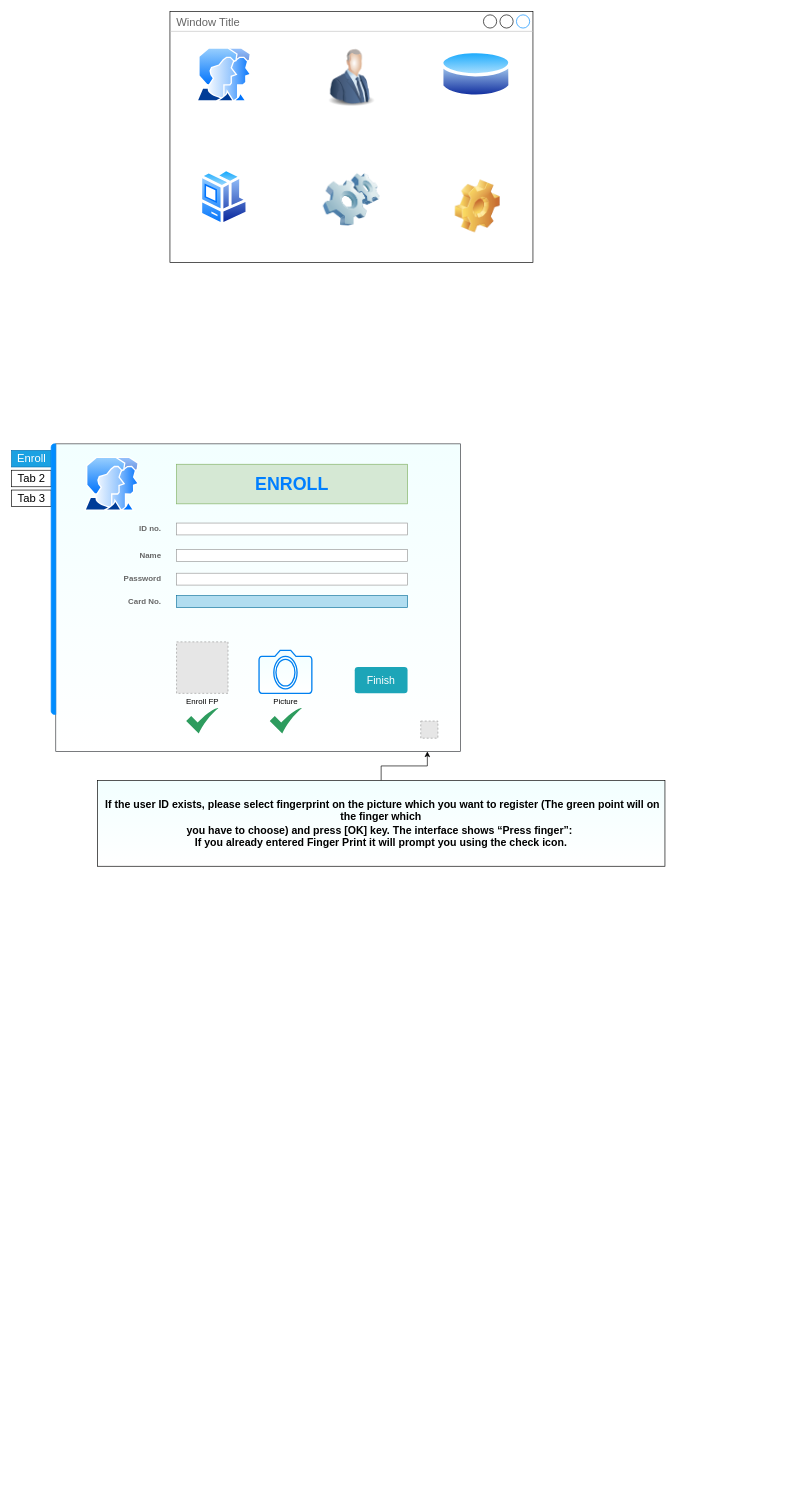
Above: Untitled Diagram.drawio in Adam-22-26/project-again (draw.io), before the change. Source tidied: cells renumbered, new cells numbered last; positions are measured from the earlier drawing's top-left corner, leaving out a move shared by most shapes. Both pictures are drawn from the tidied source at 66%, with x=0, y=0 at pixel (11, 11). Pictures stored in the file or linked from it are replaced by grey dashed boxes.
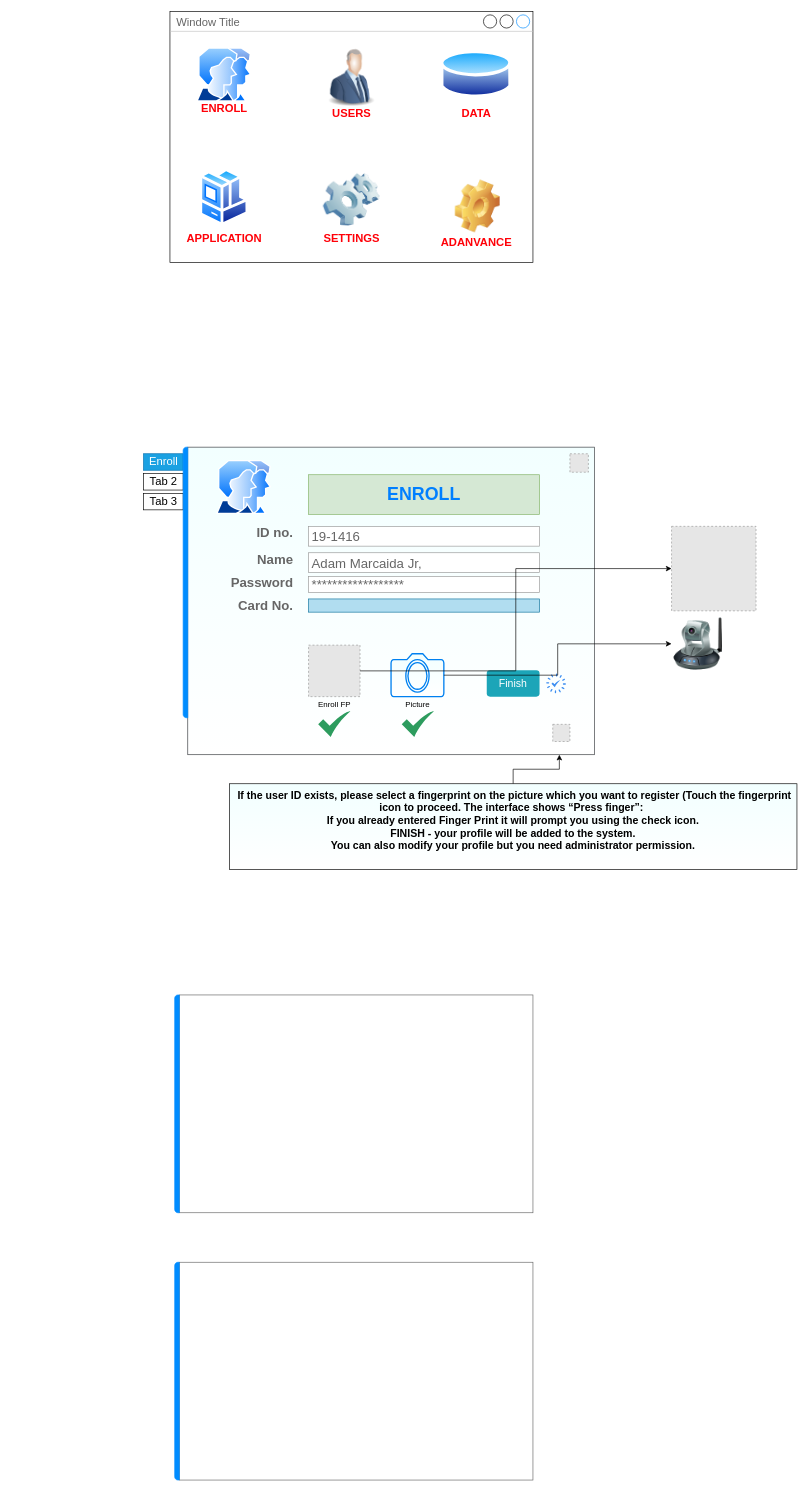
Above is the later version.

The change refers to these unchanged cells:
```xml
<mxCell id="24" style="fillColor=#E6E6E6;strokeColor=#999999;dashed=1;html=1;verticalAlign=top;verticalLabelPosition=bottom;labelBackgroundColor=#ffffff;" parent="9" vertex="1">
  <mxGeometry x="250" y="300" width="78" height="78" as="geometry" />
</mxCell>
<mxCell id="25" style="html=1;verticalLabelPosition=bottom;align=center;labelBackgroundColor=#ffffff;verticalAlign=top;strokeWidth=2;strokeColor=#0080F0;shadow=0;dashed=0;shape=mxgraph.ios7.icons.camera;fillColor=#F2FFFF;gradientColor=#ffffff;" parent="9" vertex="1">
  <mxGeometry x="375" y="313" width="80" height="65" as="geometry" />
</mxCell>
```

What changed in the source:
```diff
@@
     <mxCell id="9" style="strokeWidth=1;shadow=0;dashed=0;align=center;html=1;shape=mxgraph.mockup.containers.marginRect2;rectMarginLeft=67;strokeColor=#36393d;gradientColor=#ffffff;fillColor=#F2FFFF;" parent="1" vertex="1">
-      <mxGeometry y="655" width="680" height="466" as="geometry" />
+      <mxGeometry x="200" y="660" width="683" height="466" as="geometry" />
     </mxCell>
@@
-    <mxCell id="15" value="&lt;b&gt;ID no.&lt;/b&gt;" style="strokeWidth=1;shadow=0;dashed=0;align=center;html=1;shape=mxgraph.mockup.forms.anchor;align=right;spacingRight=2;fontColor=#666666;" parent="9" vertex="1">
+    <mxCell id="15" value="&lt;b&gt;&lt;font style=&quot;font-size: 20px&quot;&gt;ID no.&lt;/font&gt;&lt;/b&gt;" style="strokeWidth=1;shadow=0;dashed=0;align=center;html=1;shape=mxgraph.mockup.forms.anchor;align=right;spacingRight=2;fontColor=#666666;" parent="9" vertex="1">
       <mxGeometry x="180" y="120" width="50" height="18" as="geometry" />
     </mxCell>
-    <mxCell id="16" style="strokeWidth=1;shadow=0;dashed=0;align=center;html=1;shape=mxgraph.mockup.forms.rrect;fillColor=#ffffff;rSize=0;fontColor=#666666;align=left;spacingLeft=3;strokeColor=#999999;" parent="9" vertex="1">
-      <mxGeometry x="250" y="120" width="350" height="18" as="geometry" />
+    <mxCell id="16" value="&lt;font style=&quot;font-size: 20px&quot;&gt;19-1416&lt;/font&gt;" style="strokeWidth=1;shadow=0;dashed=0;align=center;html=1;shape=mxgraph.mockup.forms.rrect;fillColor=#ffffff;rSize=0;fontColor=#666666;align=left;spacingLeft=3;strokeColor=#999999;" parent="9" vertex="1">
+      <mxGeometry x="250" y="120" width="350" height="30" as="geometry" />
     </mxCell>
-    <mxCell id="17" value="&lt;b&gt;Name&lt;/b&gt;" style="strokeWidth=1;shadow=0;dashed=0;align=center;html=1;shape=mxgraph.mockup.forms.anchor;align=right;spacingRight=2;fontColor=#666666;" parent="9" vertex="1">
+    <mxCell id="17" value="&lt;b&gt;&lt;font style=&quot;font-size: 20px&quot;&gt;Name&lt;/font&gt;&lt;/b&gt;" style="strokeWidth=1;shadow=0;dashed=0;align=center;html=1;shape=mxgraph.mockup.forms.anchor;align=right;spacingRight=2;fontColor=#666666;" parent="9" vertex="1">
       <mxGeometry x="180" y="160" width="50" height="18" as="geometry" />
     </mxCell>
-    <mxCell id="18" style="strokeWidth=1;shadow=0;dashed=0;align=center;html=1;shape=mxgraph.mockup.forms.rrect;fillColor=#ffffff;rSize=0;fontColor=#666666;align=left;spacingLeft=3;strokeColor=#999999;" parent="9" vertex="1">
-      <mxGeometry x="250" y="160" width="350" height="18" as="geometry" />
+    <mxCell id="18" value="&lt;font style=&quot;font-size: 20px&quot;&gt;Adam Marcaida Jr,&lt;/font&gt;" style="strokeWidth=1;shadow=0;dashed=0;align=center;html=1;shape=mxgraph.mockup.forms.rrect;fillColor=#ffffff;rSize=0;fontColor=#666666;align=left;spacingLeft=3;strokeColor=#999999;" parent="9" vertex="1">
+      <mxGeometry x="250" y="160" width="350" height="30" as="geometry" />
     </mxCell>
-    <mxCell id="19" value="&lt;b&gt;Password&lt;/b&gt;" style="strokeWidth=1;shadow=0;dashed=0;align=center;html=1;shape=mxgraph.mockup.forms.anchor;align=right;spacingRight=2;fontColor=#666666;" parent="9" vertex="1">
+    <mxCell id="19" value="&lt;b&gt;&lt;font style=&quot;font-size: 20px&quot;&gt;Password&lt;/font&gt;&lt;/b&gt;" style="strokeWidth=1;shadow=0;dashed=0;align=center;html=1;shape=mxgraph.mockup.forms.anchor;align=right;spacingRight=2;fontColor=#666666;" parent="9" vertex="1">
       <mxGeometry x="180" y="196" width="50" height="18" as="geometry" />
     </mxCell>
-    <mxCell id="20" style="strokeWidth=1;shadow=0;dashed=0;align=center;html=1;shape=mxgraph.mockup.forms.rrect;fillColor=#ffffff;rSize=0;fontColor=#666666;align=left;spacingLeft=3;strokeColor=#999999;" parent="9" vertex="1">
-      <mxGeometry x="250" y="196" width="350" height="18" as="geometry" />
+    <mxCell id="20" value="&lt;font style=&quot;font-size: 20px&quot;&gt;******************&lt;/font&gt;" style="strokeWidth=1;shadow=0;dashed=0;align=center;html=1;shape=mxgraph.mockup.forms.rrect;fillColor=#ffffff;rSize=0;fontColor=#666666;align=left;spacingLeft=3;strokeColor=#999999;" parent="9" vertex="1">
+      <mxGeometry x="250" y="196" width="350" height="24" as="geometry" />
     </mxCell>
-    <mxCell id="21" value="&lt;b&gt;Card No.&lt;/b&gt;" style="strokeWidth=1;shadow=0;dashed=0;align=center;html=1;shape=mxgraph.mockup.forms.anchor;align=right;spacingRight=2;fontColor=#666666;" parent="9" vertex="1">
+    <mxCell id="21" value="&lt;b&gt;&lt;font style=&quot;font-size: 20px&quot;&gt;Card No.&lt;/font&gt;&lt;/b&gt;" style="strokeWidth=1;shadow=0;dashed=0;align=center;html=1;shape=mxgraph.mockup.forms.anchor;align=right;spacingRight=2;fontColor=#666666;" parent="9" vertex="1">
       <mxGeometry x="180" y="230" width="50" height="18" as="geometry" />
     </mxCell>
     <mxCell id="22" style="strokeWidth=1;shadow=0;dashed=0;align=center;html=1;shape=mxgraph.mockup.forms.rrect;fillColor=#b1ddf0;rSize=0;align=left;spacingLeft=3;strokeColor=#10739e;" parent="9" vertex="1">
-      <mxGeometry x="250" y="230" width="350" height="18" as="geometry" />
+      <mxGeometry x="250" y="230" width="350" height="20" as="geometry" />
     </mxCell>
@@
     <mxCell id="31" value="&lt;font style=&quot;font-size: 27px&quot; color=&quot;#007fff&quot;&gt;&lt;b&gt;ENROLL&lt;/b&gt;&lt;/font&gt;" style="rounded=0;whiteSpace=wrap;html=1;fillColor=#d5e8d4;strokeColor=#82b366;" parent="9" vertex="1">
-      <mxGeometry x="250" y="30.9" width="350" height="60" as="geometry" />
+      <mxGeometry x="250" y="41.8" width="350" height="60" as="geometry" />
     </mxCell>
+    <mxCell id="34" style="html=1;strokeColor=none;shadow=0;align=center;verticalAlign=top;fillColor=#3B8DF1;shape=mxgraph.gcp2.loading;" parent="9" vertex="1">
+      <mxGeometry x="610" y="343" width="30" height="30" as="geometry" />
+    </mxCell>
+    <mxCell id="35" style="fillColor=#E6E6E6;strokeColor=#999999;dashed=1;html=1;verticalAlign=top;verticalLabelPosition=bottom;labelBackgroundColor=#ffffff;" parent="9" vertex="1">
+      <mxGeometry x="646" y="10" width="28" height="28" as="geometry" />
+    </mxCell>
     <mxCell id="32" style="edgeStyle=orthogonalEdgeStyle;rounded=0;jettySize=auto;html=1;" parent="1" edge="1" source="33" target="9">
       <mxGeometry relative="1" as="geometry">
         <Array as="points">
-          <mxPoint x="560" y="1143" />
-          <mxPoint x="630" y="1143" />
+          <mxPoint x="760" y="1148" />
+          <mxPoint x="830" y="1148" />
         </Array>
       </mxGeometry>
     </mxCell>
-    <mxCell id="33" value="&lt;font style=&quot;font-size: 16px&quot;&gt;&lt;b&gt;&amp;nbsp;If the user ID exists, please select fingerprint on the picture which you want to register (The green point will on the finger which&lt;br&gt;you have to choose) and press [OK] key. The interface shows “Press finger”:&amp;nbsp;&lt;br&gt;If you already entered Finger Print it will prompt you using the check icon.&lt;br&gt;&lt;/b&gt;&lt;/font&gt;" style="rounded=0;whiteSpace=wrap;html=1;fillColor=#F2FFFF;gradientColor=#ffffff;" parent="1" vertex="1">
-      <mxGeometry x="130" y="1165" width="860" height="130" as="geometry" />
+    <mxCell id="33" value="&lt;font style=&quot;font-size: 16px&quot;&gt;&lt;b&gt;&amp;nbsp;If the user ID exists, please select a fingerprint on the picture which you want to register (Touch the fingerprint icon to proceed.&amp;nbsp;The interface shows “Press finger”:&amp;nbsp;&lt;br&gt;If you already entered Finger Print it will prompt you using the check icon.&lt;br&gt;FINISH - your profile will be added to the system.&lt;br&gt;You can also modify your profile but you need administrator permission.&lt;br&gt;&lt;br&gt;&lt;/b&gt;&lt;/font&gt;" style="rounded=0;whiteSpace=wrap;html=1;fillColor=#F2FFFF;gradientColor=#ffffff;" parent="1" vertex="1">
+      <mxGeometry x="330" y="1170" width="860" height="130" as="geometry" />
     </mxCell>
+    <mxCell id="36" value="&lt;span style=&quot;font-size: 17px&quot;&gt;&lt;b&gt;&lt;font color=&quot;#ff0008&quot;&gt;DATA&lt;/font&gt;&lt;/b&gt;&lt;/span&gt;" style="text;html=1;align=center;verticalAlign=middle;fillColor=none;strokeColor=none;rounded=0;" parent="1" vertex="1">
+      <mxGeometry x="674" y="145" width="60" height="20" as="geometry" />
+    </mxCell>
+    <mxCell id="37" value="&lt;span style=&quot;font-size: 17px&quot;&gt;&lt;b&gt;&lt;font color=&quot;#ff0008&quot;&gt;ENROLL&lt;/font&gt;&lt;/b&gt;&lt;/span&gt;" style="text;html=1;align=center;verticalAlign=middle;fillColor=none;strokeColor=none;rounded=0;" parent="1" vertex="1">
+      <mxGeometry x="277.2" y="136.8" width="90" height="20" as="geometry" />
+    </mxCell>
+    <mxCell id="38" value="&lt;span style=&quot;font-size: 17px&quot;&gt;&lt;b&gt;&lt;font color=&quot;#ff0008&quot;&gt;USERS&lt;/font&gt;&lt;/b&gt;&lt;/span&gt;" style="text;html=1;align=center;verticalAlign=middle;fillColor=none;strokeColor=none;rounded=0;" parent="1" vertex="1">
+      <mxGeometry x="480" y="145" width="70" height="20" as="geometry" />
+    </mxCell>
+    <mxCell id="39" value="&lt;span style=&quot;font-size: 17px&quot;&gt;&lt;b&gt;&lt;font color=&quot;#ff0008&quot;&gt;APPLICATION&lt;/font&gt;&lt;/b&gt;&lt;/span&gt;" style="text;html=1;align=center;verticalAlign=middle;fillColor=none;strokeColor=none;rounded=0;" parent="1" vertex="1">
+      <mxGeometry x="257.2" y="335" width="130" height="20" as="geometry" />
+    </mxCell>
+    <mxCell id="40" value="&lt;span style=&quot;font-size: 17px&quot;&gt;&lt;b&gt;&lt;font color=&quot;#ff0008&quot;&gt;SETTINGS&lt;/font&gt;&lt;/b&gt;&lt;/span&gt;" style="text;html=1;align=center;verticalAlign=middle;fillColor=none;strokeColor=none;rounded=0;" parent="1" vertex="1">
+      <mxGeometry x="465" y="335" width="100" height="20" as="geometry" />
+    </mxCell>
+    <mxCell id="41" value="&lt;font color=&quot;#ff0008&quot;&gt;&lt;span style=&quot;font-size: 17px&quot;&gt;&lt;b&gt;ADANVANCE&lt;/b&gt;&lt;/span&gt;&lt;/font&gt;" style="text;html=1;align=center;verticalAlign=middle;fillColor=none;strokeColor=none;rounded=0;" parent="1" vertex="1">
+      <mxGeometry x="644" y="340" width="120" height="20" as="geometry" />
+    </mxCell>
+    <mxCell id="42" style="fillColor=#E6E6E6;strokeColor=#999999;dashed=1;html=1;verticalAlign=top;verticalLabelPosition=bottom;labelBackgroundColor=#ffffff;" parent="1" vertex="1">
+      <mxGeometry x="1000" y="780" width="128" height="128" as="geometry" />
+    </mxCell>
+    <mxCell id="43" style="image;html=1;image=img/lib/clip_art/networking/Ip_Camera_128x128.png;fillColor=#F2FFFF;gradientColor=#ffffff;" parent="1" vertex="1">
+      <mxGeometry x="1000" y="918" width="80" height="80" as="geometry" />
+    </mxCell>
+    <mxCell id="44" style="edgeStyle=orthogonalEdgeStyle;rounded=0;jettySize=auto;html=1;entryX=0;entryY=0.5;entryDx=0;entryDy=0;" parent="1" edge="1" source="25" target="43">
+      <mxGeometry relative="1" as="geometry" />
+    </mxCell>
+    <mxCell id="45" style="edgeStyle=orthogonalEdgeStyle;rounded=0;jettySize=auto;html=1;entryX=0;entryY=0.5;entryDx=0;entryDy=0;" parent="1" edge="1" source="24" target="42">
+      <mxGeometry relative="1" as="geometry" />
+    </mxCell>
+    <mxCell id="46" style="strokeWidth=1;shadow=0;dashed=0;align=center;html=1;shape=mxgraph.mockup.containers.marginRect2;rectMarginLeft=67;strokeColor=#666666;gradientColor=none;" parent="1" vertex="1">
+      <mxGeometry x="187.2" y="1490" width="602.8" height="330" as="geometry" />
+    </mxCell>
+    <mxCell id="47" style="strokeWidth=1;shadow=0;dashed=0;align=center;html=1;shape=mxgraph.mockup.containers.leftButton;rSize=5;strokeColor=#008cff;fillColor=#008cff;" parent="46" vertex="1">
+      <mxGeometry width="7" height="330" relative="1" as="geometry">
+        <mxPoint x="60" as="offset" />
+      </mxGeometry>
+    </mxCell>
+    <mxCell id="48" style="strokeWidth=1;shadow=0;dashed=0;align=center;html=1;shape=mxgraph.mockup.containers.marginRect2;rectMarginLeft=67;strokeColor=#666666;gradientColor=none;" parent="1" vertex="1">
+      <mxGeometry x="187.2" y="1895" width="602.8" height="330" as="geometry" />
+    </mxCell>
+    <mxCell id="49" style="strokeWidth=1;shadow=0;dashed=0;align=center;html=1;shape=mxgraph.mockup.containers.leftButton;rSize=5;strokeColor=#008cff;fillColor=#008cff;" parent="48" vertex="1">
+      <mxGeometry width="7" height="330" relative="1" as="geometry">
+        <mxPoint x="60" as="offset" />
+      </mxGeometry>
+    </mxCell>
```
